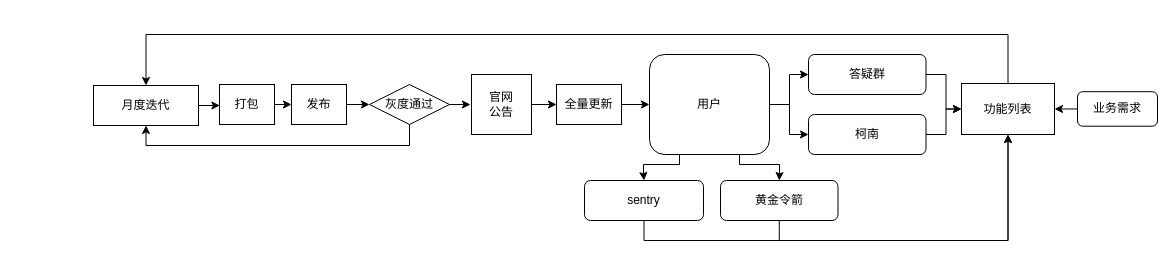
Earlier version of the draw.io diagram 开发流程图.drawio (git-zhanglei/flowCharts). Source tidied: cells renumbered, new cells numbered last; positions are measured from the earlier drawing's top-left corner, leaving out a move shared by most shapes. Both pictures are drawn from the tidied source at 100%, with x=0, y=0 at pixel (93, 34).
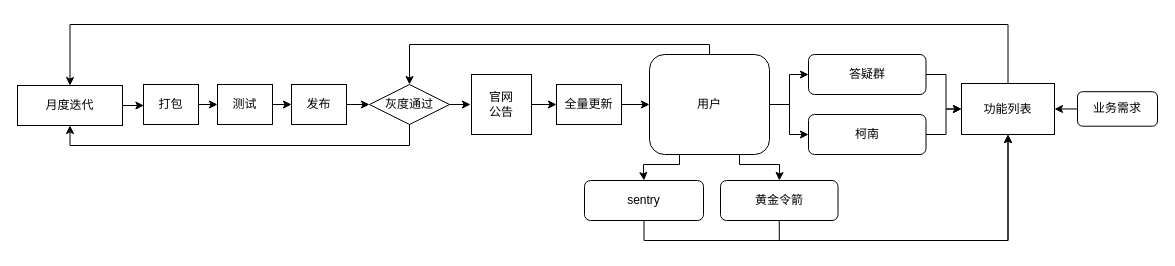
The same diagram, later.

Commit message (it also covers changes not shown here):
更新开发流程图.drawio

The change refers to these unchanged cells:
```xml
<mxCell id="14" value="用户" style="rounded=1;whiteSpace=wrap;html=1;fillColor=none;" parent="1" vertex="1">
  <mxGeometry x="556" y="20" width="120" height="100" as="geometry" />
</mxCell>
<mxCell id="24" value="发布" style="rounded=0;whiteSpace=wrap;html=1;fillColor=none;" parent="1" vertex="1">
  <mxGeometry x="198" y="50" width="55" height="40" as="geometry" />
</mxCell>
<mxCell id="27" value="灰度通过" style="rhombus;whiteSpace=wrap;html=1;fillColor=none;" parent="1" vertex="1">
  <mxGeometry x="276" y="50" width="80" height="40" as="geometry" />
</mxCell>
<mxCell id="29" value="功能列表" style="rounded=0;whiteSpace=wrap;html=1;fillColor=none;" parent="1" vertex="1">
  <mxGeometry x="868" y="49" width="93" height="51" as="geometry" />
</mxCell>
```

The edit, as a diff of the source:
```diff
@@
+    <mxCell id="32" style="edgeStyle=orthogonalEdgeStyle;rounded=0;jettySize=auto;html=1;exitX=0.5;exitY=0;exitDx=0;exitDy=0;entryX=0.5;entryY=0;entryDx=0;entryDy=0;" parent="1" edge="1" source="14" target="27">
+      <mxGeometry relative="1" as="geometry">
+        <Array as="points">
+          <mxPoint x="616" y="10" />
+          <mxPoint x="316" y="10" />
+        </Array>
+      </mxGeometry>
+    </mxCell>
@@
     <mxCell id="16" value="月度迭代" style="rounded=0;whiteSpace=wrap;html=1;fillColor=none;" parent="1" vertex="1">
-      <mxGeometry y="51" width="105" height="40" as="geometry" />
+      <mxGeometry x="-76" y="51" width="105" height="40" as="geometry" />
     </mxCell>
@@
-    <mxCell id="21" style="edgeStyle=orthogonalEdgeStyle;rounded=0;jettySize=auto;html=1;exitX=1;exitY=0.5;exitDx=0;exitDy=0;entryX=0;entryY=0.5;entryDx=0;entryDy=0;" parent="1" edge="1" source="22" target="24">
+    <mxCell id="21" style="edgeStyle=orthogonalEdgeStyle;rounded=0;jettySize=auto;html=1;exitX=1;exitY=0.5;exitDx=0;exitDy=0;entryX=0;entryY=0.5;entryDx=0;entryDy=0;" parent="1" edge="1" source="22" target="34">
       <mxGeometry relative="1" as="geometry" />
     </mxCell>
     <mxCell id="22" value="打包" style="rounded=0;whiteSpace=wrap;html=1;fillColor=none;" parent="1" vertex="1">
-      <mxGeometry x="126" y="50" width="55" height="40" as="geometry" />
+      <mxGeometry x="50" y="50" width="55" height="40" as="geometry" />
     </mxCell>
@@
     <mxCell id="28" style="edgeStyle=orthogonalEdgeStyle;rounded=0;jettySize=auto;html=1;exitX=0.5;exitY=0;exitDx=0;exitDy=0;entryX=0.5;entryY=0;entryDx=0;entryDy=0;" parent="1" edge="1" source="29" target="16">
       <mxGeometry relative="1" as="geometry">
         <Array as="points">
-          <mxPoint x="915" />
-          <mxPoint x="53" />
+          <mxPoint x="915" y="-10" />
+          <mxPoint x="-23" y="-10" />
         </Array>
       </mxGeometry>
     </mxCell>
@@
+    <mxCell id="33" style="edgeStyle=orthogonalEdgeStyle;rounded=0;jettySize=auto;html=1;exitX=1;exitY=0.5;exitDx=0;exitDy=0;entryX=0;entryY=0.5;entryDx=0;entryDy=0;" parent="1" edge="1" source="34" target="24">
+      <mxGeometry relative="1" as="geometry" />
+    </mxCell>
+    <mxCell id="34" value="测试" style="rounded=0;whiteSpace=wrap;html=1;fillColor=none;" parent="1" vertex="1">
+      <mxGeometry x="124" y="50" width="55" height="40" as="geometry" />
+    </mxCell>
```
